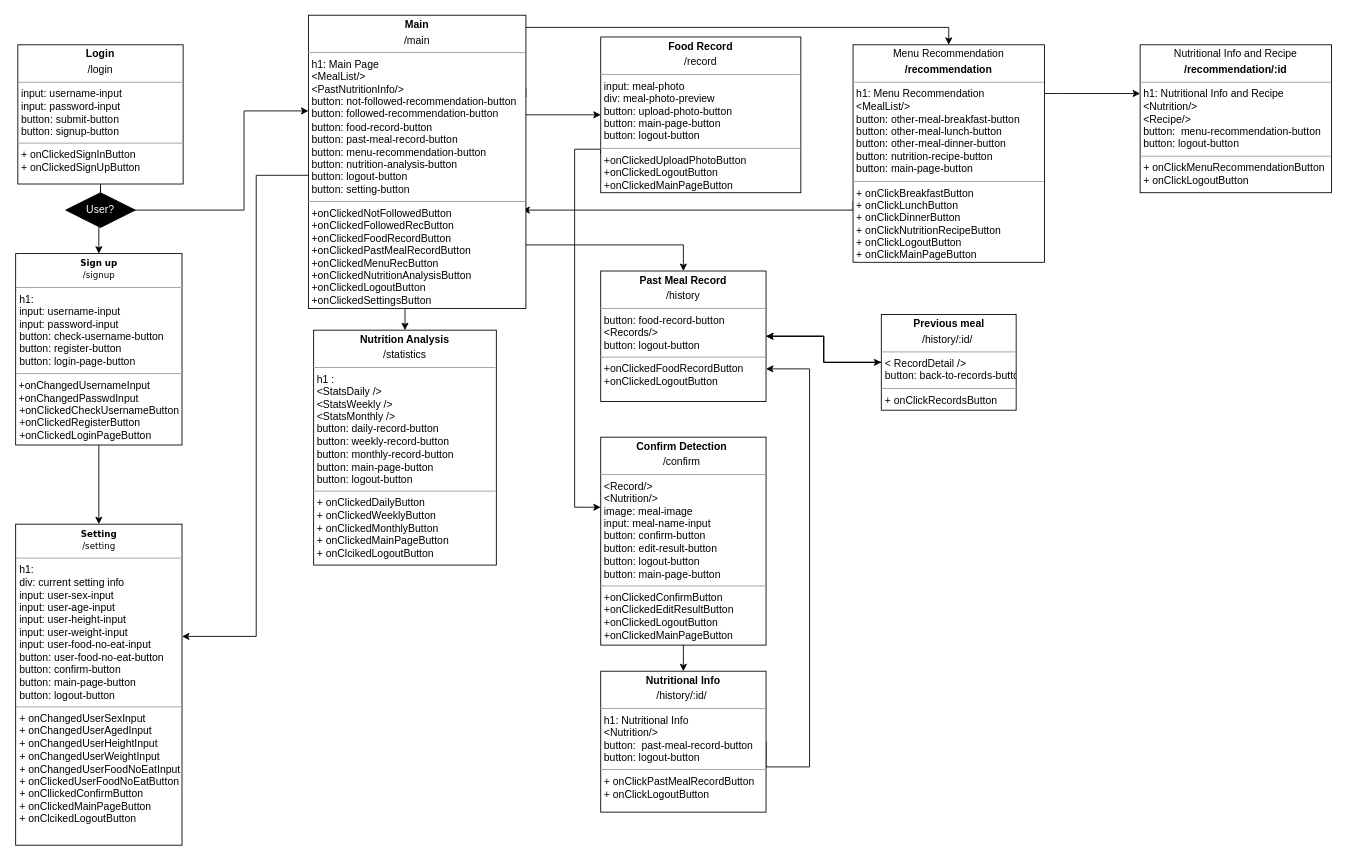
Before: Untitled Diagram.drawio in swsnu/swpp2021-team5, a draw.io diagram. Source tidied: cells renumbered, new cells numbered last; positions are measured from the earlier drawing's top-left corner, leaving out a move shared by most shapes. Both pictures are drawn from the tidied source at 87%, with x=0, y=0 at pixel (16, 15).
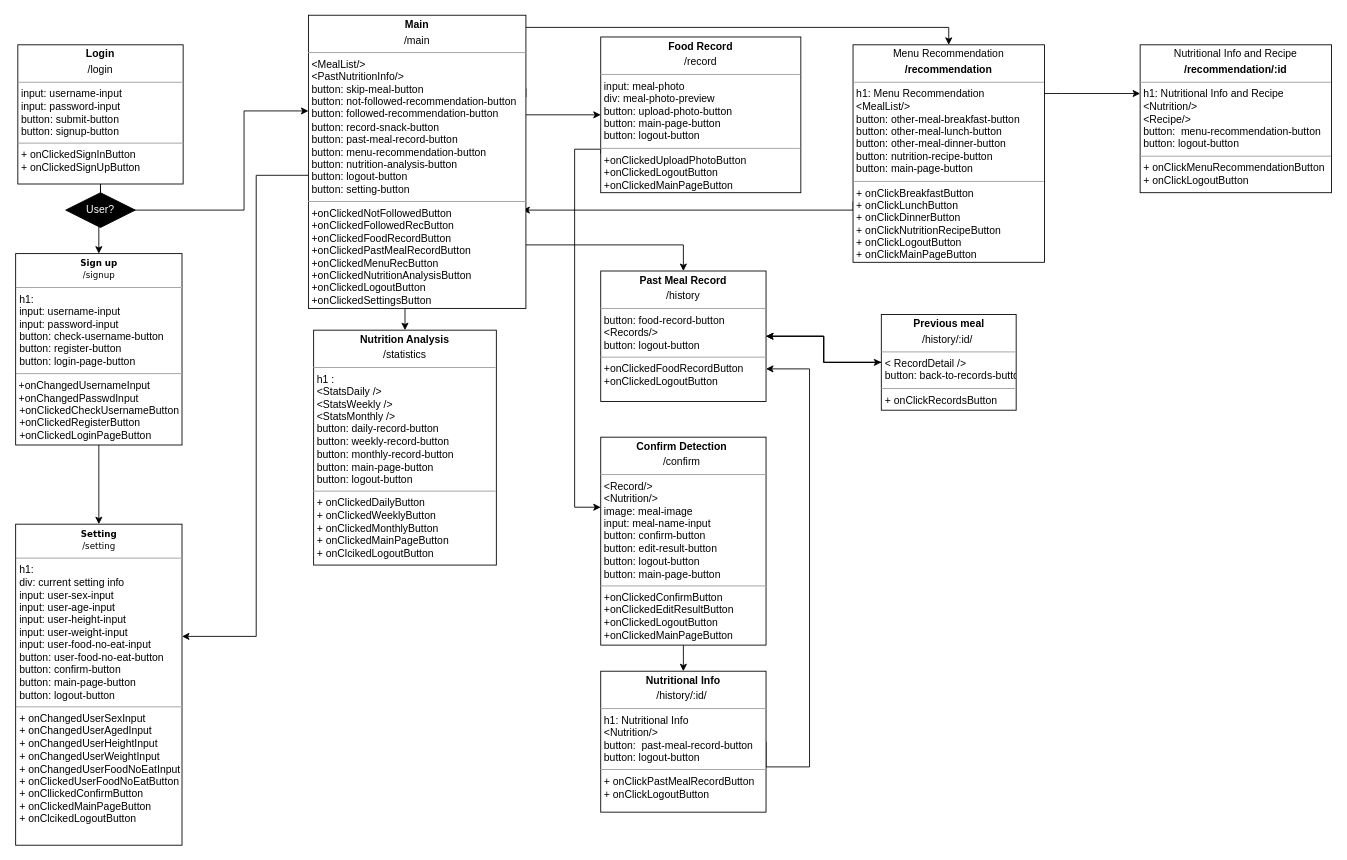
After the change.

Change to the diagram source:
```diff
@@
-    <mxCell id="9" value="&lt;p style=&quot;margin: 0px ; margin-top: 4px ; text-align: center&quot;&gt;&lt;b&gt;Main&lt;/b&gt;&lt;/p&gt;&lt;p style=&quot;margin: 0px ; margin-top: 4px ; text-align: center&quot;&gt;/main&lt;/p&gt;&lt;hr size=&quot;1&quot;&gt;&lt;p style=&quot;margin: 0px ; margin-left: 4px&quot;&gt;h1: Main Page&lt;/p&gt;&lt;p style=&quot;margin: 0px ; margin-left: 4px&quot;&gt;&amp;lt;MealList/&amp;gt;&lt;/p&gt;&lt;p style=&quot;margin: 0px ; margin-left: 4px&quot;&gt;&amp;lt;PastNutritionInfo/&amp;gt;&lt;/p&gt;&lt;p style=&quot;margin: 0px ; margin-left: 4px&quot;&gt;button: not-followed-recommendation-button&lt;/p&gt;&lt;p style=&quot;margin: 0px 0px 0px 4px&quot;&gt;button: followed-recommendation-button&lt;/p&gt;&lt;p style=&quot;margin: 0px ; margin-left: 4px&quot;&gt;&lt;span&gt;button: food-record-button&lt;/span&gt;&lt;br&gt;&lt;/p&gt;&lt;p style=&quot;margin: 0px 0px 0px 4px&quot;&gt;button: past-meal-record-button&lt;/p&gt;&lt;p style=&quot;margin: 0px 0px 0px 4px&quot;&gt;button: menu-recommendation-button&lt;/p&gt;&lt;p style=&quot;margin: 0px 0px 0px 4px&quot;&gt;button: nutrition-analysis-button&lt;/p&gt;&lt;p style=&quot;margin: 0px 0px 0px 4px&quot;&gt;button: logout-button&lt;/p&gt;&lt;p style=&quot;margin: 0px 0px 0px 4px&quot;&gt;button: setting-button&lt;/p&gt;&lt;hr size=&quot;1&quot;&gt;&lt;p style=&quot;margin: 0px ; margin-left: 4px&quot;&gt;+onClickedNotFollowedButton&lt;/p&gt;&lt;p style=&quot;margin: 0px ; margin-left: 4px&quot;&gt;+onClickedFollowedRecButton&lt;br&gt;&lt;/p&gt;&lt;p style=&quot;margin: 0px ; margin-left: 4px&quot;&gt;+onClickedFoodRecordButton&lt;/p&gt;&lt;p style=&quot;margin: 0px 0px 0px 4px&quot;&gt;+onClickedPastMealRecordButton&lt;/p&gt;&lt;p style=&quot;margin: 0px ; margin-left: 4px&quot;&gt;+onClickedMenuRecButton&lt;/p&gt;&lt;p style=&quot;margin: 0px ; margin-left: 4px&quot;&gt;+onClickedNutritionAnalysisButton&lt;/p&gt;&lt;p style=&quot;margin: 0px ; margin-left: 4px&quot;&gt;+onClickedLogoutButton&lt;/p&gt;&lt;p style=&quot;margin: 0px ; margin-left: 4px&quot;&gt;+onClickedSettingsButton&lt;/p&gt;" style="verticalAlign=top;align=left;overflow=fill;fontSize=12;fontFamily=Helvetica;html=1;rounded=0;shadow=0;comic=0;labelBackgroundColor=none;strokeWidth=1;" parent="1" vertex="1">
+    <mxCell id="9" value="&lt;p style=&quot;margin: 0px ; margin-top: 4px ; text-align: center&quot;&gt;&lt;b&gt;Main&lt;/b&gt;&lt;/p&gt;&lt;p style=&quot;margin: 0px ; margin-top: 4px ; text-align: center&quot;&gt;/main&lt;/p&gt;&lt;hr size=&quot;1&quot;&gt;&lt;p style=&quot;margin: 0px ; margin-left: 4px&quot;&gt;&lt;span&gt;&amp;lt;MealList/&amp;gt;&lt;/span&gt;&lt;br&gt;&lt;/p&gt;&lt;p style=&quot;margin: 0px ; margin-left: 4px&quot;&gt;&amp;lt;PastNutritionInfo/&amp;gt;&lt;/p&gt;&lt;p style=&quot;margin: 0px ; margin-left: 4px&quot;&gt;button: skip-meal-button&lt;/p&gt;&lt;p style=&quot;margin: 0px ; margin-left: 4px&quot;&gt;button: not-followed-recommendation-button&lt;/p&gt;&lt;p style=&quot;margin: 0px 0px 0px 4px&quot;&gt;button: followed-recommendation-button&lt;/p&gt;&lt;p style=&quot;margin: 0px ; margin-left: 4px&quot;&gt;&lt;span&gt;button: record-snack-button&lt;/span&gt;&lt;br&gt;&lt;/p&gt;&lt;p style=&quot;margin: 0px 0px 0px 4px&quot;&gt;button: past-meal-record-button&lt;/p&gt;&lt;p style=&quot;margin: 0px 0px 0px 4px&quot;&gt;button: menu-recommendation-button&lt;/p&gt;&lt;p style=&quot;margin: 0px 0px 0px 4px&quot;&gt;button: nutrition-analysis-button&lt;/p&gt;&lt;p style=&quot;margin: 0px 0px 0px 4px&quot;&gt;button: logout-button&lt;/p&gt;&lt;p style=&quot;margin: 0px 0px 0px 4px&quot;&gt;button: setting-button&lt;/p&gt;&lt;hr size=&quot;1&quot;&gt;&lt;p style=&quot;margin: 0px ; margin-left: 4px&quot;&gt;+onClickedNotFollowedButton&lt;/p&gt;&lt;p style=&quot;margin: 0px ; margin-left: 4px&quot;&gt;+onClickedFollowedRecButton&lt;br&gt;&lt;/p&gt;&lt;p style=&quot;margin: 0px ; margin-left: 4px&quot;&gt;+onClickedFoodRecordButton&lt;/p&gt;&lt;p style=&quot;margin: 0px 0px 0px 4px&quot;&gt;+onClickedPastMealRecordButton&lt;/p&gt;&lt;p style=&quot;margin: 0px ; margin-left: 4px&quot;&gt;+onClickedMenuRecButton&lt;/p&gt;&lt;p style=&quot;margin: 0px ; margin-left: 4px&quot;&gt;+onClickedNutritionAnalysisButton&lt;/p&gt;&lt;p style=&quot;margin: 0px ; margin-left: 4px&quot;&gt;+onClickedLogoutButton&lt;/p&gt;&lt;p style=&quot;margin: 0px ; margin-left: 4px&quot;&gt;+onClickedSettingsButton&lt;/p&gt;" style="verticalAlign=top;align=left;overflow=fill;fontSize=12;fontFamily=Helvetica;html=1;rounded=0;shadow=0;comic=0;labelBackgroundColor=none;strokeWidth=1;" parent="1" vertex="1">
       <mxGeometry x="336" width="250" height="337" as="geometry" />
     </mxCell>
```
